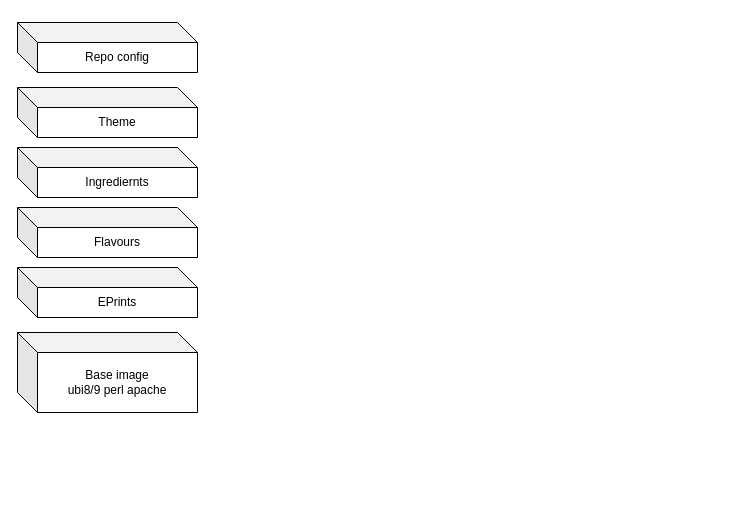
The draw.io diagram assets/draw.io/plan.drawio in uol-library/az-eprints, before the edit. Source tidied: cells renumbered, new cells numbered last; positions are measured from the earlier drawing's top-left corner, leaving out a move shared by most shapes. Both pictures are drawn from the tidied source at 100%, with x=0, y=0 at pixel (17, 22).
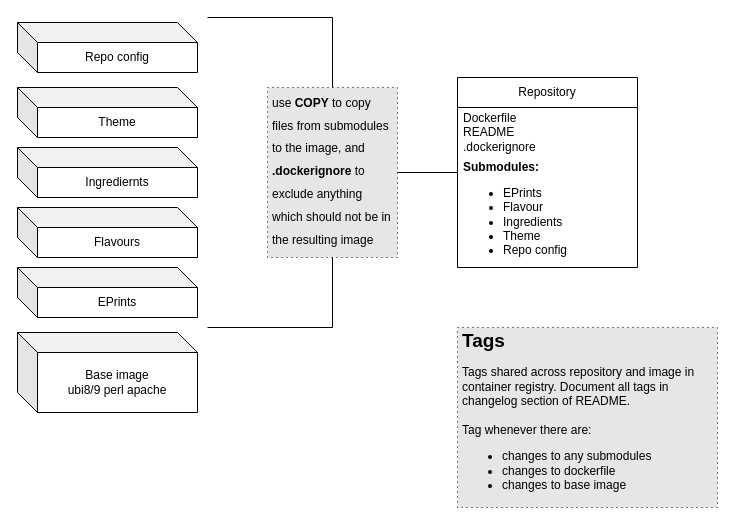
After the change.

What changed in the source:
```diff
@@
 <mxGraphModel>
   <root>
     <mxCell id="0" />
     <mxCell id="1" parent="0" />
     <mxCell id="2" style="group;" parent="1" vertex="1">
       <mxGeometry width="180" height="390" as="geometry" />
     </mxCell>
     <mxCell id="3" value="Base image&lt;br&gt;ubi8/9 perl apache" style="shape=cube;whiteSpace=wrap;html=1;boundedLbl=1;backgroundOutline=1;darkOpacity=0.05;darkOpacity2=0.1;" parent="2" vertex="1">
       <mxGeometry y="310" width="180" height="80" as="geometry" />
     </mxCell>
     <mxCell id="4" value="EPrints" style="shape=cube;whiteSpace=wrap;html=1;boundedLbl=1;backgroundOutline=1;darkOpacity=0.05;darkOpacity2=0.1;" parent="2" vertex="1">
       <mxGeometry y="245" width="180" height="50" as="geometry" />
     </mxCell>
     <mxCell id="5" value="Ingrediernts" style="shape=cube;whiteSpace=wrap;html=1;boundedLbl=1;backgroundOutline=1;darkOpacity=0.05;darkOpacity2=0.1;" parent="2" vertex="1">
       <mxGeometry y="125" width="180" height="50" as="geometry" />
     </mxCell>
     <mxCell id="6" value="Flavours" style="shape=cube;whiteSpace=wrap;html=1;boundedLbl=1;backgroundOutline=1;darkOpacity=0.05;darkOpacity2=0.1;" parent="2" vertex="1">
       <mxGeometry y="185" width="180" height="50" as="geometry" />
     </mxCell>
     <mxCell id="7" value="Theme" style="shape=cube;whiteSpace=wrap;html=1;boundedLbl=1;backgroundOutline=1;darkOpacity=0.05;darkOpacity2=0.1;" parent="2" vertex="1">
       <mxGeometry y="65" width="180" height="50" as="geometry" />
     </mxCell>
     <mxCell id="8" value="Repo config" style="shape=cube;whiteSpace=wrap;html=1;boundedLbl=1;backgroundOutline=1;darkOpacity=0.05;darkOpacity2=0.1;" parent="2" vertex="1">
       <mxGeometry width="180" height="50" as="geometry" />
     </mxCell>
+    <mxCell id="9" value="Repository" style="swimlane;fontStyle=0;horizontal=1;startSize=30;whiteSpace=wrap;html=1;" parent="1" vertex="1">
+      <mxGeometry x="440" y="55" width="180" height="190" as="geometry" />
+    </mxCell>
+    <mxCell id="10" value="Dockerfile&lt;br&gt;README&lt;br&gt;.dockerignore" style="text;strokeColor=none;fillColor=none;align=left;verticalAlign=middle;spacingLeft=4;spacingRight=4;overflow=hidden;whiteSpace=wrap;html=1;" parent="9" vertex="1">
+      <mxGeometry y="30" width="180" height="50" as="geometry" />
+    </mxCell>
+    <mxCell id="11" value="&lt;b&gt;Submodules:&lt;/b&gt;&lt;br&gt;&lt;ul&gt;&lt;li&gt;EPrints&lt;/li&gt;&lt;li&gt;Flavour&lt;/li&gt;&lt;li&gt;Ingredients&lt;/li&gt;&lt;li&gt;Theme&lt;/li&gt;&lt;li&gt;Repo config&lt;/li&gt;&lt;/ul&gt;" style="text;strokeColor=none;fillColor=none;align=left;verticalAlign=middle;spacingLeft=4;spacingRight=4;overflow=hidden;whiteSpace=wrap;html=1;" parent="9" vertex="1">
+      <mxGeometry y="80" width="180" height="110" as="geometry" />
+    </mxCell>
+    <mxCell id="12" value="&lt;h1 style=&quot;font-size: 19px;&quot;&gt;Tags&lt;/h1&gt;&lt;div&gt;&lt;span style=&quot;background-color: initial;&quot;&gt;Tags shared across repository and image in container registry. Document all tags in changelog section of README.&amp;nbsp;&lt;/span&gt;&lt;/div&gt;&lt;div&gt;&lt;span style=&quot;background-color: initial;&quot;&gt;&lt;br&gt;&lt;/span&gt;&lt;/div&gt;&lt;div&gt;&lt;span style=&quot;background-color: initial;&quot;&gt;Tag whenever there are:&lt;/span&gt;&lt;br&gt;&lt;/div&gt;&lt;p&gt;&lt;/p&gt;&lt;ul&gt;&lt;li&gt;changes to any submodules&lt;/li&gt;&lt;li&gt;changes to dockerfile&lt;/li&gt;&lt;li&gt;changes to base image&lt;/li&gt;&lt;/ul&gt;&lt;p&gt;&lt;/p&gt;" style="text;html=1;strokeColor=default;fillColor=#E6E6E6;spacing=5;spacingTop=-20;whiteSpace=wrap;overflow=hidden;rounded=0;glass=0;shadow=0;dashed=1;dashPattern=1 4;" parent="1" vertex="1">
+      <mxGeometry x="440" y="305" width="260" height="180" as="geometry" />
+    </mxCell>
+    <mxCell id="13" style="strokeWidth=1;html=1;shape=mxgraph.flowchart.annotation_2;align=left;labelPosition=right;fontSize=19;direction=west;" parent="1" vertex="1">
+      <mxGeometry x="190" y="-5" width="250" height="310" as="geometry" />
+    </mxCell>
+    <mxCell id="14" value="&lt;h1 style=&quot;font-size: 19px;&quot;&gt;&lt;span style=&quot;background-color: initial; font-size: 12px; font-weight: normal;&quot;&gt;use &lt;/span&gt;&lt;span style=&quot;background-color: initial; font-size: 12px;&quot;&gt;COPY&lt;/span&gt;&lt;span style=&quot;background-color: initial; font-size: 12px; font-weight: normal;&quot;&gt; to copy files from submodules to the image, and &lt;/span&gt;&lt;span style=&quot;background-color: initial; font-size: 12px;&quot;&gt;.dockerignor&lt;/span&gt;&lt;span style=&quot;background-color: initial; font-size: 12px;&quot;&gt;e&lt;/span&gt;&lt;span style=&quot;background-color: initial; font-size: 12px; font-weight: normal;&quot;&gt; to exclude anything which should not be in the resulting image&lt;/span&gt;&lt;/h1&gt;&lt;p&gt;&lt;/p&gt;" style="text;html=1;strokeColor=default;fillColor=#E6E6E6;spacing=5;spacingTop=-20;whiteSpace=wrap;overflow=hidden;rounded=0;glass=0;shadow=0;dashed=1;dashPattern=1 4;" parent="1" vertex="1">
+      <mxGeometry x="250" y="65" width="130" height="170" as="geometry" />
+    </mxCell>
   </root>
 </mxGraphModel>
```
